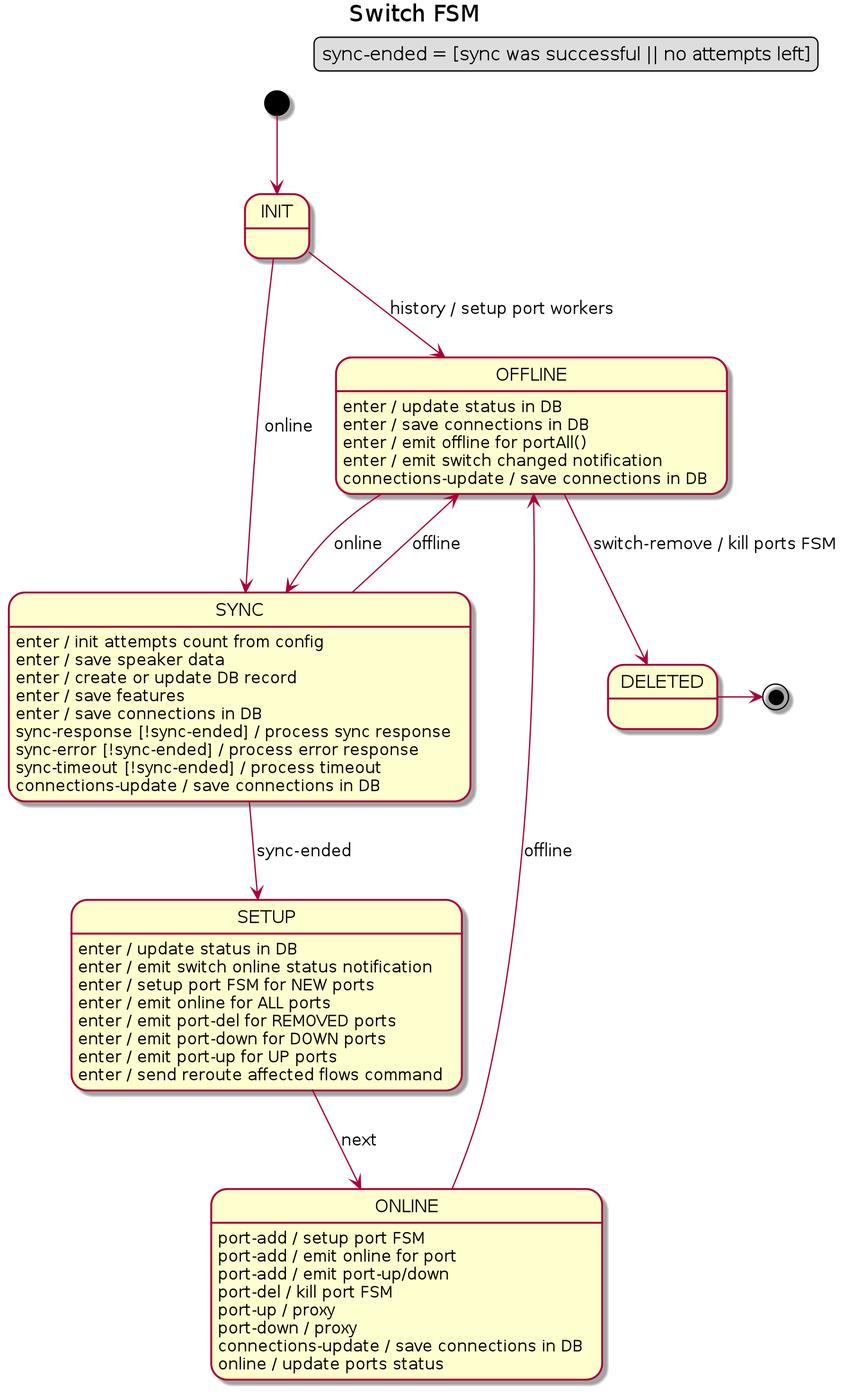
The PlantUML diagram docs/design/network-discovery/switch-FSM.png in surabujin/open-kilda, before a commit.
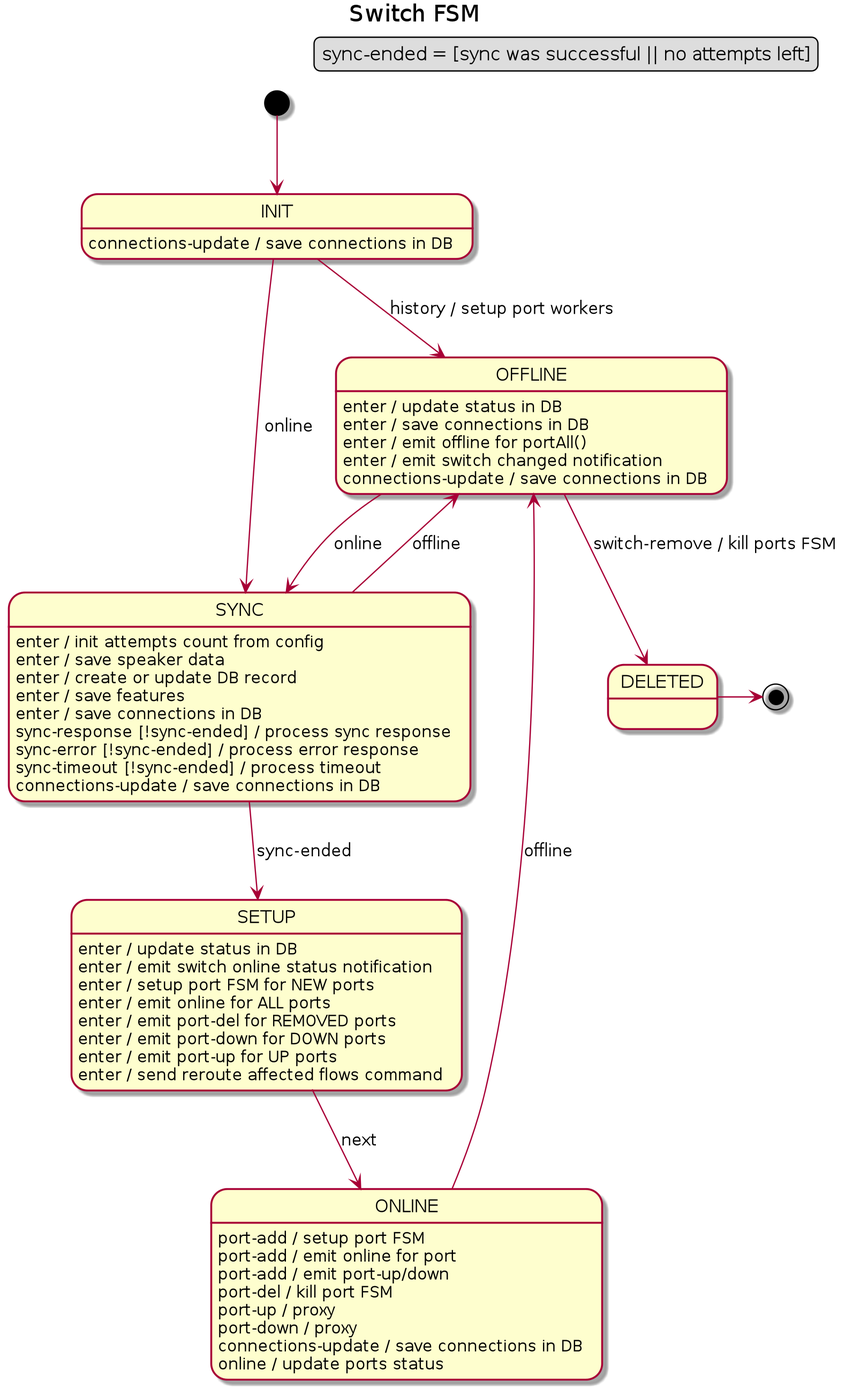
The same diagram one commit later.

Diff of the diagram source:
```diff
@@ -9,6 +9,7 @@
 
 INIT --> OFFLINE : history / setup port workers
 INIT --> SYNC : online
+INIT : connections-update / save connections in DB
 
 SYNC : enter / init attempts count from config
 SYNC : enter / save speaker data
```
